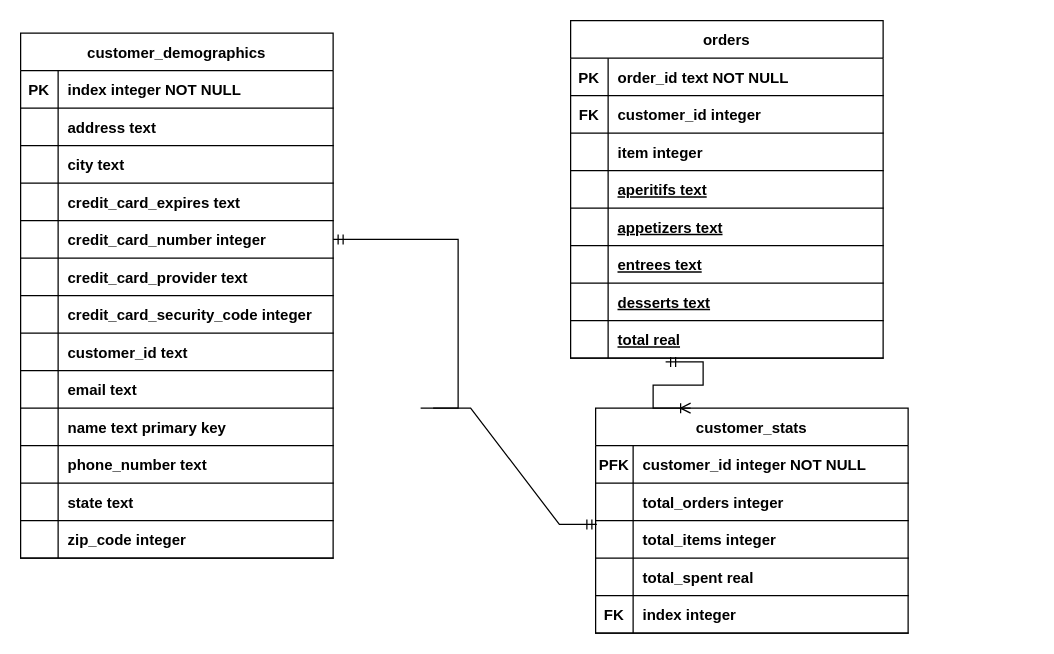
Before: PEP1_Diagram.drawio in nickf28/PEP1, a draw.io diagram. Source tidied: cells renumbered, new cells numbered last; positions are measured from the earlier drawing's top-left corner, leaving out a move shared by most shapes. Both pictures are drawn from the tidied source at 125%, with x=0, y=0 at pixel (20, 20).
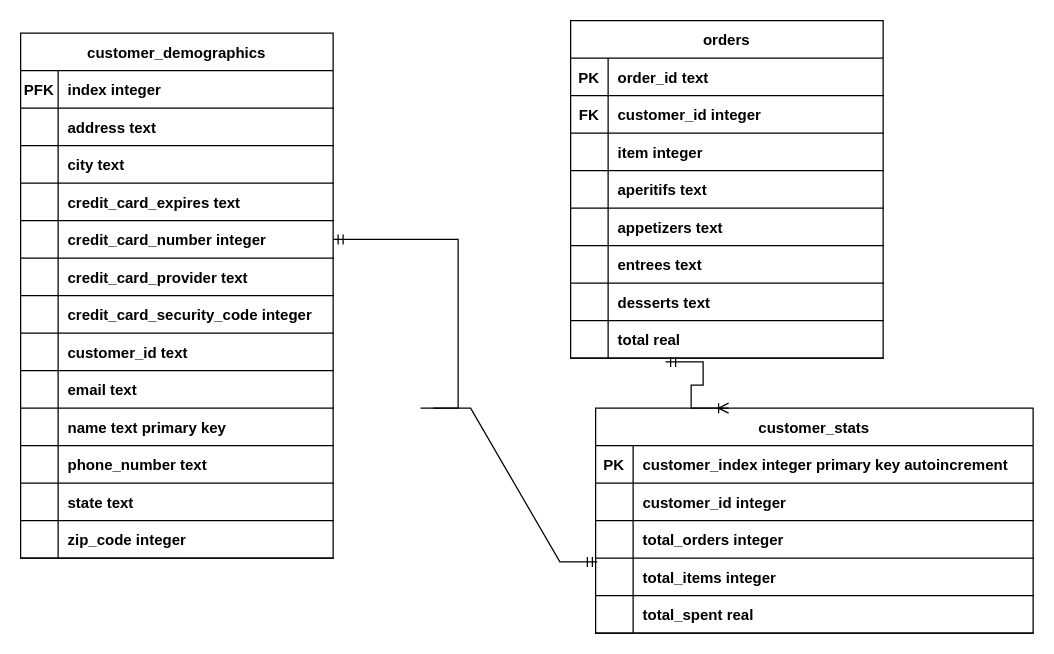
The same diagram, later.

Commit message:
Diagram update Jan 24, 2024

The change refers to these unchanged cells:
```xml
<mxCell id="19" style="shape=partialRectangle;fillColor=none;top=0;left=0;right=0;bottom=1;" parent="18" vertex="1">
  <mxGeometry y="30" width="250" height="30" as="geometry" />
</mxCell>
<mxCell id="59" style="shape=partialRectangle;fillColor=none;top=0;left=0;right=0;bottom=1;" parent="58" vertex="1">
  <mxGeometry y="30" width="250" height="30" as="geometry" />
</mxCell>
<mxCell id="68" style="shape=partialRectangle;fillColor=none;top=0;left=0;right=0;bottom=1;" parent="58" vertex="1">
  <mxGeometry y="120" width="250" height="30" as="geometry" />
</mxCell>
<mxCell id="71" style="shape=partialRectangle;fillColor=none;top=0;left=0;right=0;bottom=1;" parent="58" vertex="1">
  <mxGeometry y="150" width="250" height="30" as="geometry" />
</mxCell>
<mxCell id="74" style="shape=partialRectangle;fillColor=none;top=0;left=0;right=0;bottom=1;" parent="58" vertex="1">
  <mxGeometry y="180" width="250" height="30" as="geometry" />
</mxCell>
<mxCell id="77" style="shape=partialRectangle;fillColor=none;top=0;left=0;right=0;bottom=1;" parent="58" vertex="1">
  <mxGeometry y="210" width="250" height="30" as="geometry" />
</mxCell>
<mxCell id="80" style="shape=partialRectangle;fillColor=none;points=[[0,0.5],[1,0.5]];portConstraint=eastwest;top=0;left=0;right=0;bottom=1;" parent="58" vertex="1">
  <mxGeometry y="240" width="250" height="30" as="geometry" />
</mxCell>
```

What changed in the source:
```diff
@@
     <mxCell id="2" value="customer_stats" style="shape=table;startSize=30;childLayout=tableLayout;rowLines=0;fontStyle=1;align=center;" parent="1" vertex="1">
-      <mxGeometry x="460" y="310" width="250" height="180" as="geometry" />
+      <mxGeometry x="460" y="310" width="350" height="180" as="geometry" />
     </mxCell>
     <mxCell id="3" style="shape=partialRectangle;fillColor=none;top=0;left=0;right=0;bottom=1;" parent="2" vertex="1">
-      <mxGeometry y="30" width="250" height="30" as="geometry" />
+      <mxGeometry y="30" width="350" height="30" as="geometry" />
     </mxCell>
-    <mxCell id="4" value="PFK" style="shape=partialRectangle;overflow=hidden;fillColor=none;top=0;left=0;bottom=0;right=0;fontStyle=1;" parent="3" vertex="1">
+    <mxCell id="4" value="PK" style="shape=partialRectangle;overflow=hidden;fillColor=none;top=0;left=0;bottom=0;right=0;fontStyle=1;" parent="3" vertex="1">
       <mxGeometry width="30" height="30" as="geometry" />
     </mxCell>
-    <mxCell id="5" value="customer_id integer NOT NULL" style="shape=partialRectangle;overflow=hidden;fillColor=none;top=0;left=0;bottom=0;right=0;align=left;spacingLeft=6;fontStyle=1;" parent="3" vertex="1">
-      <mxGeometry x="30" width="220" height="30" as="geometry" />
+    <mxCell id="5" value="customer_index integer primary key autoincrement" style="shape=partialRectangle;overflow=hidden;fillColor=none;top=0;left=0;bottom=0;right=0;align=left;spacingLeft=6;fontStyle=1;" parent="3" vertex="1">
+      <mxGeometry x="30" width="320" height="30" as="geometry" />
     </mxCell>
+    <mxCell id="86" style="shape=partialRectangle;fillColor=none;top=0;left=0;right=0;bottom=1;" parent="2" vertex="1">
+      <mxGeometry y="60" width="350" height="30" as="geometry" />
+    </mxCell>
+    <mxCell id="87" style="shape=partialRectangle;overflow=hidden;fillColor=none;top=0;left=0;bottom=0;right=0;fontStyle=1;" parent="86" vertex="1">
+      <mxGeometry width="30" height="30" as="geometry" />
+    </mxCell>
+    <mxCell id="88" value="customer_id integer" style="shape=partialRectangle;overflow=hidden;fillColor=none;top=0;left=0;bottom=0;right=0;align=left;spacingLeft=6;fontStyle=1;" parent="86" vertex="1">
+      <mxGeometry x="30" width="320" height="30" as="geometry" />
+    </mxCell>
     <mxCell id="6" style="shape=partialRectangle;fillColor=none;top=0;left=0;right=0;bottom=1;" parent="2" vertex="1">
-      <mxGeometry y="60" width="250" height="30" as="geometry" />
+      <mxGeometry y="90" width="350" height="30" as="geometry" />
     </mxCell>
@@
     <mxCell id="8" value="total_orders integer" style="shape=partialRectangle;overflow=hidden;fillColor=none;top=0;left=0;bottom=0;right=0;align=left;spacingLeft=6;fontStyle=1;" parent="6" vertex="1">
-      <mxGeometry x="30" width="220" height="30" as="geometry" />
+      <mxGeometry x="30" width="320" height="30" as="geometry" />
     </mxCell>
     <mxCell id="9" style="shape=partialRectangle;fillColor=none;points=[[0,0.5],[1,0.5]];portConstraint=eastwest;top=0;left=0;right=0;bottom=1;" parent="2" vertex="1">
-      <mxGeometry y="90" width="250" height="30" as="geometry" />
+      <mxGeometry y="120" width="350" height="30" as="geometry" />
     </mxCell>
@@
     <mxCell id="11" value="total_items integer" style="shape=partialRectangle;overflow=hidden;fillColor=none;top=0;left=0;bottom=0;right=0;align=left;spacingLeft=6;fontStyle=1;" parent="9" vertex="1">
-      <mxGeometry x="30" width="220" height="30" as="geometry" />
+      <mxGeometry x="30" width="320" height="30" as="geometry" />
     </mxCell>
     <mxCell id="12" style="shape=partialRectangle;fillColor=none;top=0;left=0;right=0;bottom=1;" parent="2" vertex="1">
-      <mxGeometry y="120" width="250" height="30" as="geometry" />
+      <mxGeometry y="150" width="350" height="30" as="geometry" />
     </mxCell>
@@
     <mxCell id="14" value="total_spent real" style="shape=partialRectangle;overflow=hidden;fillColor=none;top=0;left=0;bottom=0;right=0;align=left;spacingLeft=6;fontStyle=1;" parent="12" vertex="1">
-      <mxGeometry x="30" width="220" height="30" as="geometry" />
+      <mxGeometry x="30" width="320" height="30" as="geometry" />
     </mxCell>
-    <mxCell id="15" style="shape=partialRectangle;fillColor=none;top=0;left=0;right=0;bottom=1;" parent="2" vertex="1">
-      <mxGeometry y="150" width="250" height="30" as="geometry" />
-    </mxCell>
-    <mxCell id="16" value="FK" style="shape=partialRectangle;overflow=hidden;fillColor=none;top=0;left=0;bottom=0;right=0;fontStyle=1;" parent="15" vertex="1">
-      <mxGeometry width="30" height="30" as="geometry" />
-    </mxCell>
-    <mxCell id="17" value="index integer" style="shape=partialRectangle;overflow=hidden;fillColor=none;top=0;left=0;bottom=0;right=0;align=left;spacingLeft=6;fontStyle=1;" parent="15" vertex="1">
-      <mxGeometry x="30" width="220" height="30" as="geometry" />
-    </mxCell>
@@
-    <mxCell id="20" value="PK" style="shape=partialRectangle;overflow=hidden;fillColor=none;top=0;left=0;bottom=0;right=0;fontStyle=1;" parent="19" vertex="1">
+    <mxCell id="20" value="PFK" style="shape=partialRectangle;overflow=hidden;fillColor=none;top=0;left=0;bottom=0;right=0;fontStyle=1;" parent="19" vertex="1">
       <mxGeometry width="30" height="30" as="geometry" />
     </mxCell>
-    <mxCell id="21" value="index integer NOT NULL" style="shape=partialRectangle;overflow=hidden;fillColor=none;top=0;left=0;bottom=0;right=0;align=left;spacingLeft=6;fontStyle=1;" parent="19" vertex="1">
+    <mxCell id="21" value="index integer " style="shape=partialRectangle;overflow=hidden;fillColor=none;top=0;left=0;bottom=0;right=0;align=left;spacingLeft=6;fontStyle=1;" parent="19" vertex="1">
       <mxGeometry x="30" width="220" height="30" as="geometry" />
     </mxCell>
@@
-    <mxCell id="61" value="order_id text NOT NULL " style="shape=partialRectangle;overflow=hidden;fillColor=none;top=0;left=0;bottom=0;right=0;align=left;spacingLeft=6;fontStyle=1;" parent="59" vertex="1">
+    <mxCell id="61" value="order_id text " style="shape=partialRectangle;overflow=hidden;fillColor=none;top=0;left=0;bottom=0;right=0;align=left;spacingLeft=6;fontStyle=1;" parent="59" vertex="1">
       <mxGeometry x="30" width="220" height="30" as="geometry" />
     </mxCell>
@@
-    <mxCell id="70" value="aperitifs text" style="shape=partialRectangle;overflow=hidden;fillColor=none;top=0;left=0;bottom=0;right=0;align=left;spacingLeft=6;fontStyle=5;" parent="68" vertex="1">
+    <mxCell id="70" value="aperitifs text" style="shape=partialRectangle;overflow=hidden;fillColor=none;top=0;left=0;bottom=0;right=0;align=left;spacingLeft=6;fontStyle=1;" parent="68" vertex="1">
       <mxGeometry x="30" width="220" height="30" as="geometry" />
     </mxCell>
@@
-    <mxCell id="73" value="appetizers text" style="shape=partialRectangle;overflow=hidden;fillColor=none;top=0;left=0;bottom=0;right=0;align=left;spacingLeft=6;fontStyle=5;" parent="71" vertex="1">
+    <mxCell id="73" value="appetizers text" style="shape=partialRectangle;overflow=hidden;fillColor=none;top=0;left=0;bottom=0;right=0;align=left;spacingLeft=6;fontStyle=1;" parent="71" vertex="1">
       <mxGeometry x="30" width="220" height="30" as="geometry" />
     </mxCell>
@@
-    <mxCell id="76" value="entrees text" style="shape=partialRectangle;overflow=hidden;fillColor=none;top=0;left=0;bottom=0;right=0;align=left;spacingLeft=6;fontStyle=5;" parent="74" vertex="1">
+    <mxCell id="76" value="entrees text" style="shape=partialRectangle;overflow=hidden;fillColor=none;top=0;left=0;bottom=0;right=0;align=left;spacingLeft=6;fontStyle=1;" parent="74" vertex="1">
       <mxGeometry x="30" width="220" height="30" as="geometry" />
     </mxCell>
@@
-    <mxCell id="79" value="desserts text" style="shape=partialRectangle;overflow=hidden;fillColor=none;top=0;left=0;bottom=0;right=0;align=left;spacingLeft=6;fontStyle=5;" parent="77" vertex="1">
+    <mxCell id="79" value="desserts text" style="shape=partialRectangle;overflow=hidden;fillColor=none;top=0;left=0;bottom=0;right=0;align=left;spacingLeft=6;fontStyle=1;" parent="77" vertex="1">
       <mxGeometry x="30" width="220" height="30" as="geometry" />
     </mxCell>
@@
-    <mxCell id="82" value="total real" style="shape=partialRectangle;overflow=hidden;fillColor=none;top=0;left=0;bottom=0;right=0;align=left;spacingLeft=6;fontStyle=5;" parent="80" vertex="1">
+    <mxCell id="82" value="total real" style="shape=partialRectangle;overflow=hidden;fillColor=none;top=0;left=0;bottom=0;right=0;align=left;spacingLeft=6;fontStyle=1;" parent="80" vertex="1">
       <mxGeometry x="30" width="220" height="30" as="geometry" />
     </mxCell>
```
